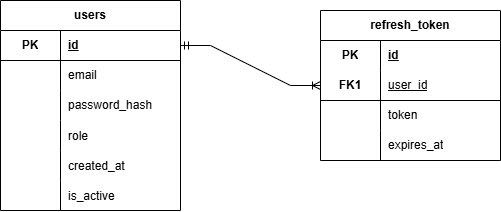
This is docs/ER-диаграмма_auth.png from Michail19/FlowAct, a draw.io export, as it was before one commit. Source tidied: cells renumbered, new cells last; positions are measured from the earlier drawing's top-left corner, leaving out a move shared by most shapes.
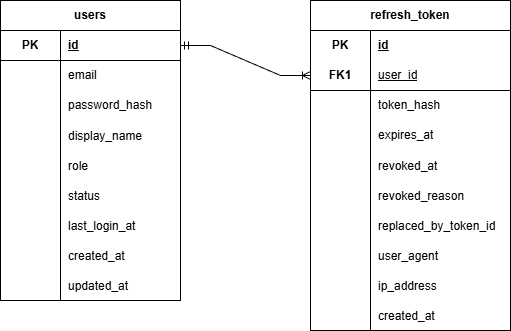
The same diagram one commit later.

Diff of the diagram source:
```diff
@@ -3,7 +3,7 @@
     <mxCell id="0" />
     <mxCell id="1" parent="0" />
     <mxCell id="2" value="users" style="shape=table;startSize=30;rowLines=0;fontStyle=1;align=center;html=1;whiteSpace=wrap;" parent="1" vertex="1">
-      <mxGeometry width="180" height="210" as="geometry" />
+      <mxGeometry width="180" height="300" as="geometry" />
     </mxCell>
     <mxCell id="3" style="shape=tableRow;horizontal=0;startSize=0;swimlaneHead=0;swimlaneBody=0;fillColor=none;points=[[0,0.5],[1,0.5]];portConstraint=eastwest;top=0;left=0;right=0;bottom=1;html=1;" parent="2" vertex="1">
       <mxGeometry y="30" width="180" height="30" as="geometry" />
@@ -32,8 +32,17 @@
     <mxCell id="11" value="password_hash" style="shape=partialRectangle;fillColor=none;top=0;left=0;bottom=0;right=0;align=left;spacingLeft=6;overflow=hidden;html=1;whiteSpace=wrap;" parent="9" vertex="1">
       <mxGeometry x="60" width="120" height="30" as="geometry" />
     </mxCell>
+    <mxCell id="35" style="shape=tableRow;horizontal=0;startSize=0;swimlaneHead=0;swimlaneBody=0;fillColor=none;top=0;left=0;right=0;bottom=0;" parent="2" vertex="1">
+      <mxGeometry y="120" width="180" height="30" as="geometry" />
+    </mxCell>
+    <mxCell id="36" style="shape=partialRectangle;fillColor=none;top=0;left=0;bottom=0;right=0;overflow=hidden;" parent="35" vertex="1">
+      <mxGeometry width="60" height="30" as="geometry" />
+    </mxCell>
+    <mxCell id="37" value="display_name" style="shape=partialRectangle;fillColor=none;top=0;left=0;bottom=0;right=0;align=left;spacingLeft=6;overflow=hidden;" parent="35" vertex="1">
+      <mxGeometry x="60" width="120" height="30" as="geometry" />
+    </mxCell>
     <mxCell id="12" style="shape=tableRow;horizontal=0;startSize=0;swimlaneHead=0;swimlaneBody=0;fillColor=none;top=0;left=0;right=0;bottom=0;" parent="2" vertex="1">
-      <mxGeometry y="120" width="180" height="30" as="geometry" />
+      <mxGeometry y="150" width="180" height="30" as="geometry" />
     </mxCell>
     <mxCell id="13" style="shape=partialRectangle;fillColor=none;top=0;left=0;bottom=0;right=0;overflow=hidden;" parent="12" vertex="1">
       <mxGeometry width="60" height="30" as="geometry" />
@@ -41,8 +50,26 @@
     <mxCell id="14" value="role" style="shape=partialRectangle;fillColor=none;top=0;left=0;bottom=0;right=0;align=left;spacingLeft=6;overflow=hidden;" parent="12" vertex="1">
       <mxGeometry x="60" width="120" height="30" as="geometry" />
     </mxCell>
+    <mxCell id="38" style="shape=tableRow;horizontal=0;startSize=0;swimlaneHead=0;swimlaneBody=0;fillColor=none;top=0;left=0;right=0;bottom=0;" parent="2" vertex="1">
+      <mxGeometry y="180" width="180" height="30" as="geometry" />
+    </mxCell>
+    <mxCell id="39" style="shape=partialRectangle;fillColor=none;top=0;left=0;bottom=0;right=0;overflow=hidden;" parent="38" vertex="1">
+      <mxGeometry width="60" height="30" as="geometry" />
+    </mxCell>
+    <mxCell id="40" value="status" style="shape=partialRectangle;fillColor=none;top=0;left=0;bottom=0;right=0;align=left;spacingLeft=6;overflow=hidden;" parent="38" vertex="1">
+      <mxGeometry x="60" width="120" height="30" as="geometry" />
+    </mxCell>
+    <mxCell id="41" style="shape=tableRow;horizontal=0;startSize=0;swimlaneHead=0;swimlaneBody=0;fillColor=none;top=0;left=0;right=0;bottom=0;" parent="2" vertex="1">
+      <mxGeometry y="210" width="180" height="30" as="geometry" />
+    </mxCell>
+    <mxCell id="42" style="shape=partialRectangle;fillColor=none;top=0;left=0;bottom=0;right=0;overflow=hidden;" parent="41" vertex="1">
+      <mxGeometry width="60" height="30" as="geometry" />
+    </mxCell>
+    <mxCell id="43" value="last_login_at" style="shape=partialRectangle;fillColor=none;top=0;left=0;bottom=0;right=0;align=left;spacingLeft=6;overflow=hidden;" parent="41" vertex="1">
+      <mxGeometry x="60" width="120" height="30" as="geometry" />
+    </mxCell>
     <mxCell id="15" style="shape=tableRow;horizontal=0;startSize=0;swimlaneHead=0;swimlaneBody=0;fillColor=none;top=0;left=0;right=0;bottom=0;" parent="2" vertex="1">
-      <mxGeometry y="150" width="180" height="30" as="geometry" />
+      <mxGeometry y="240" width="180" height="30" as="geometry" />
     </mxCell>
     <mxCell id="16" style="shape=partialRectangle;fillColor=none;top=0;left=0;bottom=0;right=0;overflow=hidden;" parent="15" vertex="1">
       <mxGeometry width="60" height="30" as="geometry" />
@@ -51,53 +78,107 @@
       <mxGeometry x="60" width="120" height="30" as="geometry" />
     </mxCell>
     <mxCell id="18" style="shape=tableRow;horizontal=0;startSize=0;swimlaneHead=0;swimlaneBody=0;fillColor=none;top=0;left=0;right=0;bottom=0;" parent="2" vertex="1">
-      <mxGeometry y="180" width="180" height="30" as="geometry" />
+      <mxGeometry y="270" width="180" height="30" as="geometry" />
     </mxCell>
     <mxCell id="19" style="shape=partialRectangle;fillColor=none;top=0;left=0;bottom=0;right=0;overflow=hidden;" parent="18" vertex="1">
       <mxGeometry width="60" height="30" as="geometry" />
     </mxCell>
-    <mxCell id="20" value="is_active" style="shape=partialRectangle;fillColor=none;top=0;left=0;bottom=0;right=0;align=left;spacingLeft=6;overflow=hidden;" parent="18" vertex="1">
+    <mxCell id="20" value="updated_at" style="shape=partialRectangle;fillColor=none;top=0;left=0;bottom=0;right=0;align=left;spacingLeft=6;overflow=hidden;" parent="18" vertex="1">
       <mxGeometry x="60" width="120" height="30" as="geometry" />
     </mxCell>
     <mxCell id="21" value="refresh_token" style="shape=table;startSize=30;rowLines=0;fontStyle=1;align=center;html=1;whiteSpace=wrap;" parent="1" vertex="1">
-      <mxGeometry x="320" y="10" width="180" height="150" as="geometry" />
+      <mxGeometry x="310" width="200" height="330" as="geometry" />
     </mxCell>
     <mxCell id="22" style="shape=tableRow;horizontal=0;startSize=0;swimlaneHead=0;swimlaneBody=0;fillColor=none;top=0;left=0;right=0;bottom=0;html=1;" parent="21" vertex="1">
-      <mxGeometry y="30" width="180" height="30" as="geometry" />
+      <mxGeometry y="30" width="200" height="30" as="geometry" />
     </mxCell>
     <mxCell id="23" value="PK" style="shape=partialRectangle;fillColor=none;top=0;left=0;bottom=0;right=0;fontStyle=1;overflow=hidden;html=1;whiteSpace=wrap;" parent="22" vertex="1">
       <mxGeometry width="60" height="30" as="geometry" />
     </mxCell>
     <mxCell id="24" value="id" style="shape=partialRectangle;fillColor=none;top=0;left=0;bottom=0;right=0;align=left;spacingLeft=6;fontStyle=5;overflow=hidden;html=1;whiteSpace=wrap;" parent="22" vertex="1">
-      <mxGeometry x="60" width="120" height="30" as="geometry" />
+      <mxGeometry x="60" width="140" height="30" as="geometry" />
     </mxCell>
     <mxCell id="25" style="shape=tableRow;horizontal=0;startSize=0;swimlaneHead=0;swimlaneBody=0;fillColor=none;points=[[0,0.5],[1,0.5]];portConstraint=eastwest;top=0;left=0;right=0;bottom=1;html=1;" parent="21" vertex="1">
-      <mxGeometry y="60" width="180" height="30" as="geometry" />
+      <mxGeometry y="60" width="200" height="30" as="geometry" />
     </mxCell>
     <mxCell id="26" value="&lt;div&gt;&lt;span style=&quot;background-color: transparent; color: light-dark(rgb(0, 0, 0), rgb(255, 255, 255));&quot;&gt;FK1&lt;/span&gt;&lt;/div&gt;" style="shape=partialRectangle;fillColor=none;top=0;left=0;bottom=0;right=0;fontStyle=1;overflow=hidden;html=1;whiteSpace=wrap;" parent="25" vertex="1">
       <mxGeometry width="60" height="30" as="geometry" />
     </mxCell>
     <mxCell id="27" value="&lt;span style=&quot;font-weight: 400;&quot;&gt;user_id&lt;/span&gt;" style="shape=partialRectangle;fillColor=none;top=0;left=0;bottom=0;right=0;align=left;spacingLeft=6;fontStyle=5;overflow=hidden;html=1;whiteSpace=wrap;" parent="25" vertex="1">
-      <mxGeometry x="60" width="120" height="30" as="geometry" />
+      <mxGeometry x="60" width="140" height="30" as="geometry" />
     </mxCell>
     <mxCell id="28" style="shape=tableRow;horizontal=0;startSize=0;swimlaneHead=0;swimlaneBody=0;fillColor=none;top=0;left=0;right=0;bottom=0;html=1;" parent="21" vertex="1">
-      <mxGeometry y="90" width="180" height="30" as="geometry" />
+      <mxGeometry y="90" width="200" height="30" as="geometry" />
     </mxCell>
     <mxCell id="29" style="shape=partialRectangle;fillColor=none;top=0;left=0;bottom=0;right=0;overflow=hidden;html=1;whiteSpace=wrap;" parent="28" vertex="1">
       <mxGeometry width="60" height="30" as="geometry" />
     </mxCell>
-    <mxCell id="30" value="token" style="shape=partialRectangle;fillColor=none;top=0;left=0;bottom=0;right=0;align=left;spacingLeft=6;overflow=hidden;html=1;whiteSpace=wrap;" parent="28" vertex="1">
-      <mxGeometry x="60" width="120" height="30" as="geometry" />
+    <mxCell id="30" value="token_hash" style="shape=partialRectangle;fillColor=none;top=0;left=0;bottom=0;right=0;align=left;spacingLeft=6;overflow=hidden;html=1;whiteSpace=wrap;" parent="28" vertex="1">
+      <mxGeometry x="60" width="140" height="30" as="geometry" />
     </mxCell>
     <mxCell id="31" style="shape=tableRow;horizontal=0;startSize=0;swimlaneHead=0;swimlaneBody=0;fillColor=none;top=0;left=0;right=0;bottom=0;html=1;" parent="21" vertex="1">
-      <mxGeometry y="120" width="180" height="30" as="geometry" />
+      <mxGeometry y="120" width="200" height="30" as="geometry" />
     </mxCell>
     <mxCell id="32" style="shape=partialRectangle;fillColor=none;top=0;left=0;bottom=0;right=0;overflow=hidden;html=1;whiteSpace=wrap;" parent="31" vertex="1">
       <mxGeometry width="60" height="30" as="geometry" />
     </mxCell>
     <mxCell id="33" value="expires_at" style="shape=partialRectangle;fillColor=none;top=0;left=0;bottom=0;right=0;align=left;spacingLeft=6;overflow=hidden;html=1;whiteSpace=wrap;" parent="31" vertex="1">
-      <mxGeometry x="60" width="120" height="30" as="geometry" />
+      <mxGeometry x="60" width="140" height="30" as="geometry" />
     </mxCell>
+    <mxCell id="44" style="shape=tableRow;horizontal=0;startSize=0;swimlaneHead=0;swimlaneBody=0;fillColor=none;top=0;left=0;right=0;bottom=0;" parent="21" vertex="1">
+      <mxGeometry y="150" width="200" height="30" as="geometry" />
+    </mxCell>
+    <mxCell id="45" style="shape=partialRectangle;fillColor=none;top=0;left=0;bottom=0;right=0;overflow=hidden;" parent="44" vertex="1">
+      <mxGeometry width="60" height="30" as="geometry" />
+    </mxCell>
+    <mxCell id="46" value="revoked_at" style="shape=partialRectangle;fillColor=none;top=0;left=0;bottom=0;right=0;align=left;spacingLeft=6;overflow=hidden;" parent="44" vertex="1">
+      <mxGeometry x="60" width="140" height="30" as="geometry" />
+    </mxCell>
+    <mxCell id="47" style="shape=tableRow;horizontal=0;startSize=0;swimlaneHead=0;swimlaneBody=0;fillColor=none;top=0;left=0;right=0;bottom=0;" parent="21" vertex="1">
+      <mxGeometry y="180" width="200" height="30" as="geometry" />
+    </mxCell>
+    <mxCell id="48" style="shape=partialRectangle;fillColor=none;top=0;left=0;bottom=0;right=0;overflow=hidden;" parent="47" vertex="1">
+      <mxGeometry width="60" height="30" as="geometry" />
+    </mxCell>
+    <mxCell id="49" value="revoked_reason" style="shape=partialRectangle;fillColor=none;top=0;left=0;bottom=0;right=0;align=left;spacingLeft=6;overflow=hidden;" parent="47" vertex="1">
+      <mxGeometry x="60" width="140" height="30" as="geometry" />
+    </mxCell>
+    <mxCell id="50" style="shape=tableRow;horizontal=0;startSize=0;swimlaneHead=0;swimlaneBody=0;fillColor=none;top=0;left=0;right=0;bottom=0;" parent="21" vertex="1">
+      <mxGeometry y="210" width="200" height="30" as="geometry" />
+    </mxCell>
+    <mxCell id="51" style="shape=partialRectangle;fillColor=none;top=0;left=0;bottom=0;right=0;overflow=hidden;" parent="50" vertex="1">
+      <mxGeometry width="60" height="30" as="geometry" />
+    </mxCell>
+    <mxCell id="52" value="replaced_by_token_id" style="shape=partialRectangle;fillColor=none;top=0;left=0;bottom=0;right=0;align=left;spacingLeft=6;overflow=hidden;" parent="50" vertex="1">
+      <mxGeometry x="60" width="140" height="30" as="geometry" />
+    </mxCell>
+    <mxCell id="53" style="shape=tableRow;horizontal=0;startSize=0;swimlaneHead=0;swimlaneBody=0;fillColor=none;top=0;left=0;right=0;bottom=0;" parent="21" vertex="1">
+      <mxGeometry y="240" width="200" height="30" as="geometry" />
+    </mxCell>
+    <mxCell id="54" style="shape=partialRectangle;fillColor=none;top=0;left=0;bottom=0;right=0;overflow=hidden;" parent="53" vertex="1">
+      <mxGeometry width="60" height="30" as="geometry" />
+    </mxCell>
+    <mxCell id="55" value="user_agent" style="shape=partialRectangle;fillColor=none;top=0;left=0;bottom=0;right=0;align=left;spacingLeft=6;overflow=hidden;" parent="53" vertex="1">
+      <mxGeometry x="60" width="140" height="30" as="geometry" />
+    </mxCell>
+    <mxCell id="56" style="shape=tableRow;horizontal=0;startSize=0;swimlaneHead=0;swimlaneBody=0;fillColor=none;top=0;left=0;right=0;bottom=0;" parent="21" vertex="1">
+      <mxGeometry y="270" width="200" height="30" as="geometry" />
+    </mxCell>
+    <mxCell id="57" style="shape=partialRectangle;fillColor=none;top=0;left=0;bottom=0;right=0;overflow=hidden;" parent="56" vertex="1">
+      <mxGeometry width="60" height="30" as="geometry" />
+    </mxCell>
+    <mxCell id="58" value="ip_address" style="shape=partialRectangle;fillColor=none;top=0;left=0;bottom=0;right=0;align=left;spacingLeft=6;overflow=hidden;" parent="56" vertex="1">
+      <mxGeometry x="60" width="140" height="30" as="geometry" />
+    </mxCell>
+    <mxCell id="59" style="shape=tableRow;horizontal=0;startSize=0;swimlaneHead=0;swimlaneBody=0;fillColor=none;top=0;left=0;right=0;bottom=0;" parent="21" vertex="1">
+      <mxGeometry y="300" width="200" height="30" as="geometry" />
+    </mxCell>
+    <mxCell id="60" style="shape=partialRectangle;fillColor=none;top=0;left=0;bottom=0;right=0;overflow=hidden;" parent="59" vertex="1">
+      <mxGeometry width="60" height="30" as="geometry" />
+    </mxCell>
+    <mxCell id="61" value="created_at" style="shape=partialRectangle;fillColor=none;top=0;left=0;bottom=0;right=0;align=left;spacingLeft=6;overflow=hidden;" parent="59" vertex="1">
+      <mxGeometry x="60" width="140" height="30" as="geometry" />
+    </mxCell>
     <mxCell id="34" style="edgeStyle=entityRelationEdgeStyle;fontSize=12;html=1;endArrow=ERoneToMany;startArrow=ERmandOne;rounded=0;entryX=0;entryY=0.5;entryDx=0;entryDy=0;exitX=1;exitY=0.5;exitDx=0;exitDy=0;" parent="1" edge="1" source="3" target="25">
       <mxGeometry relative="1" as="geometry" />
     </mxCell>
```
